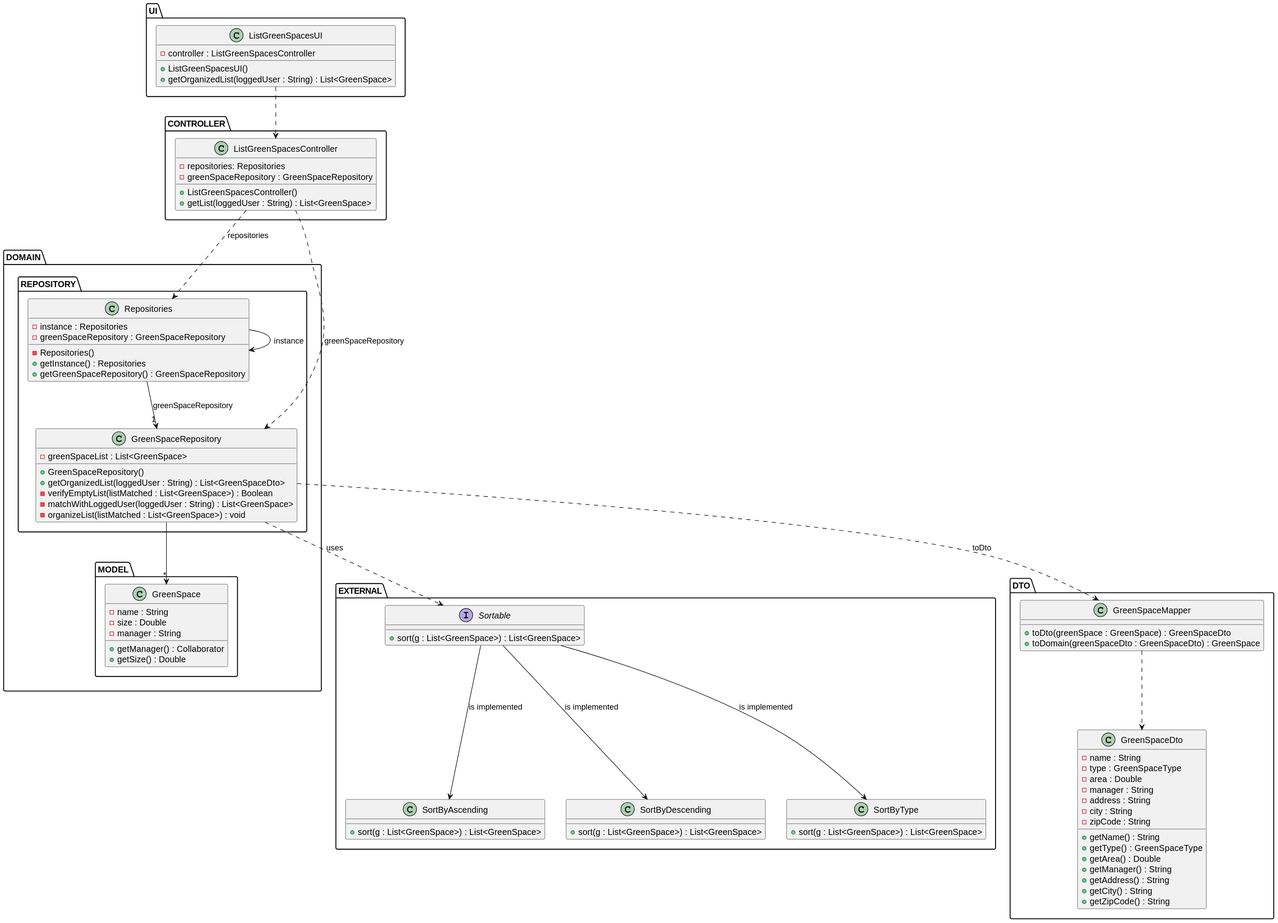
Above: docs/sprintC/us027/03.design/svg/us027-class-diagram.svg in ricardomm7/leaflink (PlantUML), before the change.
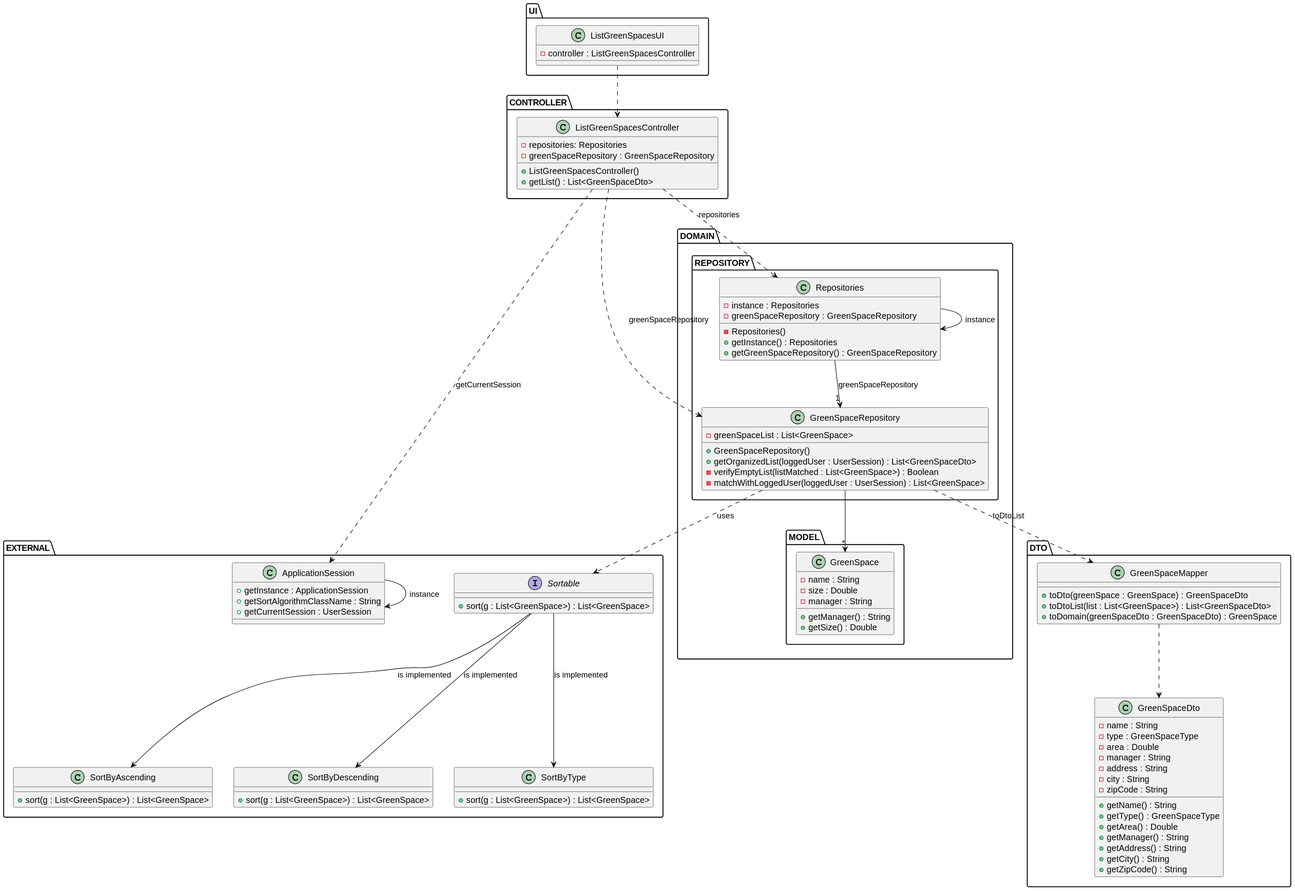
Later version of the same file.

Diff of the diagram source:
```diff
@@ -5,9 +5,7 @@
 package UI{
     class ListGreenSpacesUI {
         - controller : ListGreenSpacesController
-        + ListGreenSpacesUI()
-        + getOrganizedList(loggedUser : String) : List<GreenSpace>
-    }
+            }
 }
 package CONTROLLER {
     class ListGreenSpacesController {
@@ -15,7 +13,7 @@
         - greenSpaceRepository : GreenSpaceRepository
 
         + ListGreenSpacesController()
-        +getList(loggedUser : String) : List<GreenSpace>
+        +getList() : List<GreenSpaceDto>
     }
 }
 package DOMAIN{
@@ -31,10 +29,9 @@
     class GreenSpaceRepository {
         - greenSpaceList : List<GreenSpace>
         + GreenSpaceRepository()
-        + getOrganizedList(loggedUser : String) : List<GreenSpaceDto>
+        + getOrganizedList(loggedUser : UserSession) : List<GreenSpaceDto>
         - verifyEmptyList(listMatched : List<GreenSpace>) : Boolean
-        - matchWithLoggedUser(loggedUser : String) : List<GreenSpace>
-        - organizeList(listMatched : List<GreenSpace>) : void
+        - matchWithLoggedUser(loggedUser : UserSession) : List<GreenSpace>
     }
     }
 package MODEL{
@@ -42,12 +39,18 @@
         - name : String
         - size : Double
         - manager : String
-        + getManager() : Collaborator
+        + getManager() : String
         + getSize() : Double
     }
     }
     }
     package EXTERNAL{
+    class ApplicationSession{
+            +getInstance : ApplicationSession
+            +getSortAlgorithmClassName : String
+            +getCurrentSession : UserSession
+    }
+
     interface Sortable{
     +sort(g : List<GreenSpace>) : List<GreenSpace>
     }
@@ -81,6 +84,7 @@
 
             class GreenSpaceMapper{
                 +toDto(greenSpace : GreenSpace) : GreenSpaceDto
+                +toDtoList(list : List<GreenSpace>) : List<GreenSpaceDto>
                 +toDomain(greenSpaceDto : GreenSpaceDto) : GreenSpace
             }
         }
@@ -92,10 +96,13 @@
 ListGreenSpacesController ..> GreenSpaceRepository: greenSpaceRepository
 Repositories --> "1"GreenSpaceRepository: greenSpaceRepository
 GreenSpaceRepository -->"*" GreenSpace
-GreenSpaceRepository ..> GreenSpaceMapper : toDto
+GreenSpaceRepository ..> GreenSpaceMapper : toDtoList
 GreenSpaceMapper ..> GreenSpaceDto
 GreenSpaceRepository ..> Sortable : uses
 Sortable --> SortByAscending : is implemented
 Sortable --> SortByDescending : is implemented
 Sortable --> SortByType : is implemented
+ApplicationSession --> ApplicationSession: instance
+
+ListGreenSpacesController ..> ApplicationSession : getCurrentSession
 @enduml
```
